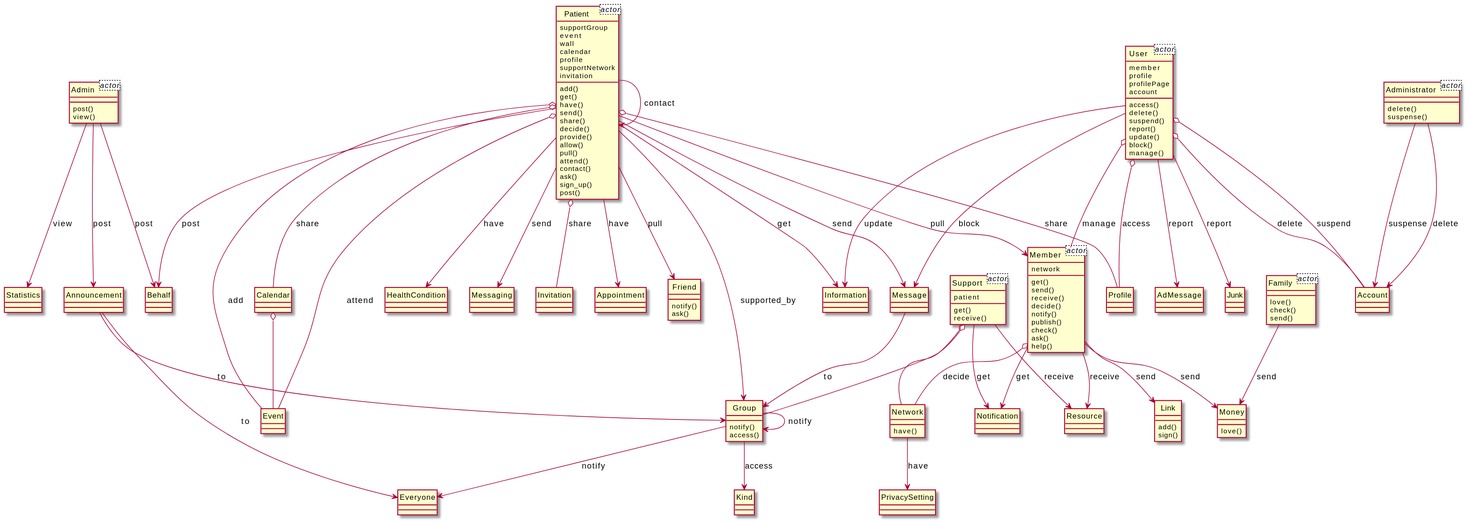
The PlantUML diagram output/diagram_5/2018-USC-Project06.svg in xixixhalu/DomainModelExtractor, before a commit.
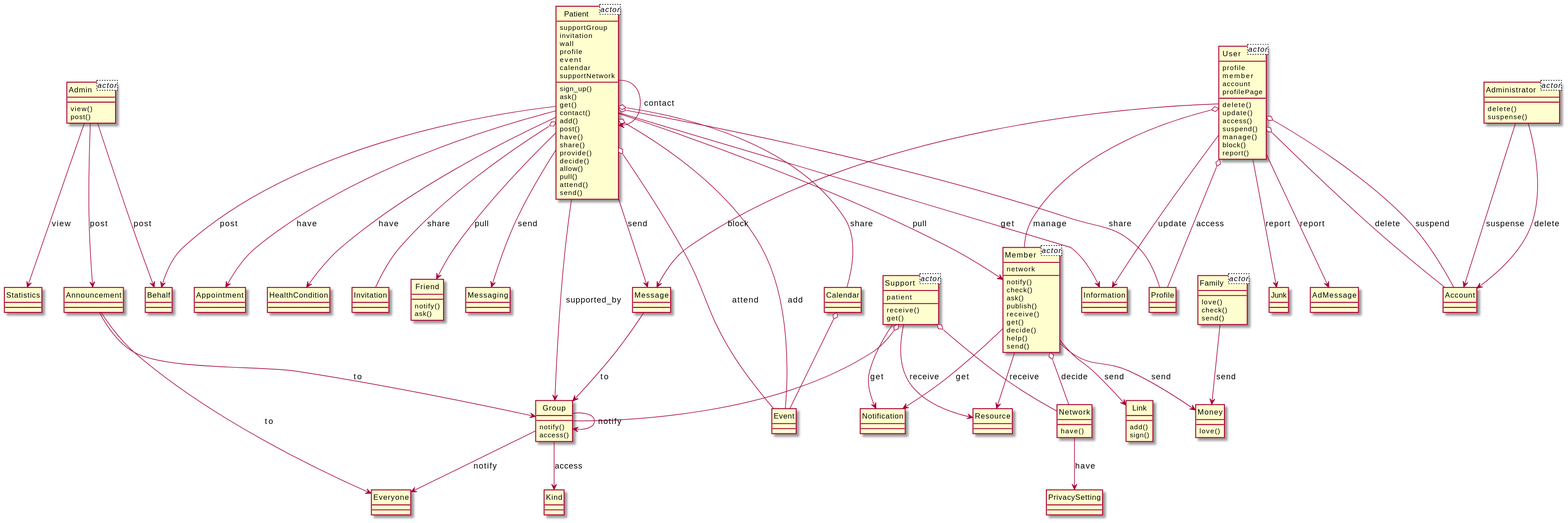
The same diagram one commit later.

What changed in the source:
```diff
@@ -1,19 +1,19 @@
 @startuml
 hide circle
 class User<actor> {
+	profile
 	member
-	profile
+	account
 	profilePage
-	account
 }
 class Patient<actor> {
 	supportGroup
+	invitation
+	wall
+	profile
 	event
-	wall
 	calendar
-	profile
 	supportNetwork
-	invitation
 }
 class Support<actor> {
 	patient
@@ -28,160 +28,160 @@
 class Admin<actor> {
 }
 class User {
+	delete()
+	update()
 	access()
-	delete()
 	suspend()
+	manage()
+	block()
 	report()
-	update()
-	block()
-	manage()
 }
-class Message {
+class Member {
+	notify()
+	check()
+	ask()
+	publish()
+	receive()
+	get()
+	decide()
+	help()
+	send()
 }
-class Patient {
-	add()
+class Resource {
+}
+class Friend {
+	notify()
+	ask()
+}
+class Support {
+	receive()
 	get()
-	have()
-	send()
-	share()
-	decide()
-	provide()
-	allow()
-	pull()
-	attend()
-	contact()
-	ask()
-	sign_up()
-	post()
 }
 class Family {
 	love()
 	check()
 	send()
 }
-class Admin {
+class Patient {
+	sign_up()
+	ask()
+	get()
+	contact()
+	add()
 	post()
-	view()
+	have()
+	share()
+	provide()
+	decide()
+	allow()
+	pull()
+	attend()
+	send()
 }
-class Statistics {
+class Profile {
+}
+class Account {
+}
+class Money {
+	love()
 }
 class Link {
 	add()
 	sign()
 }
-class Calendar {
+class Admin {
+	view()
+	post()
 }
-class Information {
+class Announcement {
 }
-class Support {
-	get()
-	receive()
-}
-class Resource {
-}
-class AdMessage {
-}
-class Member {
-	get()
-	send()
-	receive()
-	decide()
-	notify()
-	publish()
-	check()
-	ask()
-	help()
-}
-class Junk {
-}
-class Network {
-	have()
-}
-class Appointment {
+class Statistics {
 }
 class Group {
 	notify()
 	access()
 }
-class Account {
+class Everyone {
 }
-class Friend {
-	notify()
-	ask()
+class Notification {
 }
-class Everyone {
+class Messaging {
+}
+class Kind {
+}
+class Calendar {
+}
+class Junk {
+}
+class Message {
+}
+class Information {
+}
+class Network {
+	have()
+}
+class Behalf {
+}
+class Event {
+}
+class PrivacySetting {
+}
+class Appointment {
+}
+class AdMessage {
+}
+class HealthCondition {
 }
 class Administrator {
 	delete()
 	suspense()
 }
-class Behalf {
-}
-class HealthCondition {
-}
-class Profile {
-}
-class Event {
-}
-class Money {
-	love()
-}
-class Messaging {
-}
-class Notification {
-}
-class Announcement {
-}
-class PrivacySetting {
-}
 class Invitation {
 }
-class Kind {
-}
 Patient o-- Event : attend
+Support o-- Group
+Announcement --> Group : to
+Network --> PrivacySetting : have
+User --> Information : update
+Patient --> Group : supported_by
+Patient o-- Profile : share
+Member --> Link : send
+Calendar o-- Event
+Patient --> Appointment : have
+Group --> Kind : access
+Announcement --> Everyone : to
+User o-- Member : manage
+Patient --> Behalf : post
 Message --> Group : to
+User o-- Account : suspend
+Member --> Money : send
+Patient o-- Calendar : share
+Support --> Notification : get
+User --> Junk : report
+User o-- Profile : access
+User --> AdMessage : report
+User o-- Account : delete
+User --> Message : block
+Family --> Money : send
+Admin --> Announcement : post
+Patient --> Information : get
+Patient --> Message : send
+Patient --> Patient : contact
+Patient --> HealthCondition : have
+Group --> Group : notify
 Admin --> Statistics : view
-Announcement --> Everyone : to
+Administrator --> Account : delete
+Patient o-- Event : add
 Patient --> Messaging : send
+Patient --> Member : pull
+Patient --> Friend : pull
+Member --> Resource : receive
+Member o-- Network : decide
 Support o-- Network
-User o-- Account : delete
-Patient --> Group : supported_by
-Patient o-- Calendar : share
+Group --> Everyone : notify
+Patient o-- Invitation : share
+Administrator --> Account : suspense
+Support --> Resource : receive
+Admin --> Behalf : post
 Member --> Notification : get
-Announcement --> Group : to
-Patient --> Information : get
-Support o-- Group
-User --> Information : update
-Administrator --> Account : suspense
-Group --> Everyone : notify
-Family --> Money : send
-Administrator --> Account : delete
-Patient o-- Profile : share
-User o-- Account : suspend
-Support --> Resource : receive
-Patient --> Friend : pull
-Support --> Notification : get
-Patient --> Behalf : post
-User --> AdMessage : report
-Admin --> Behalf : post
-Patient --> HealthCondition : have
-User o-- Profile : access
-Admin --> Announcement : post
-User --> Junk : report
-User o-- Member : manage
-Group --> Kind : access
-Network --> PrivacySetting : have
-Member --> Link : send
-Patient --> Patient : contact
-User --> Message : block
-Member o-- Network : decide
-Patient o-- Invitation : share
-Member --> Money : send
-Patient --> Message : send
-Patient o-- Event : add
-Patient --> Appointment : have
-Calendar o-- Event
-Patient --> Member : pull
-Group --> Group : notify
-Member --> Resource : receive
 @enduml
```
